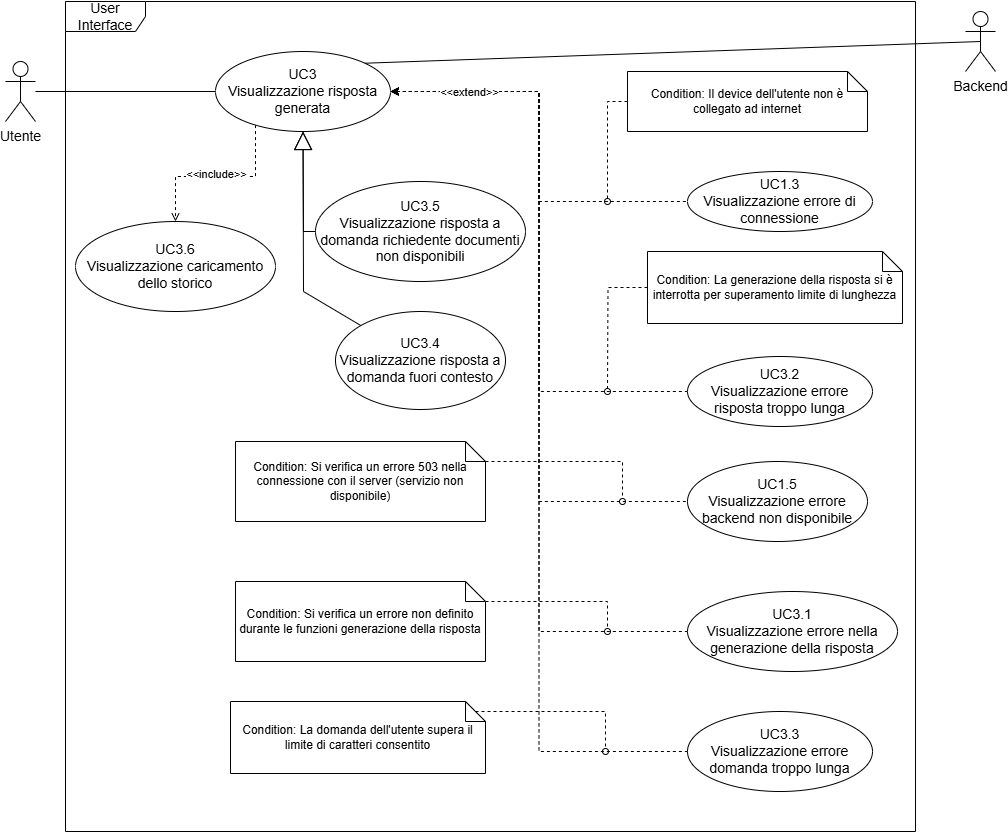
SweeTenTeam/Docs keeps this draw.io diagram as images/analisi-dei-requisiti/UC0_ask_User-UI.png. Above is the earlier version. Source tidied: cells renumbered, new cells last; positions are measured from the earlier drawing's top-left corner, leaving out a move shared by most shapes.
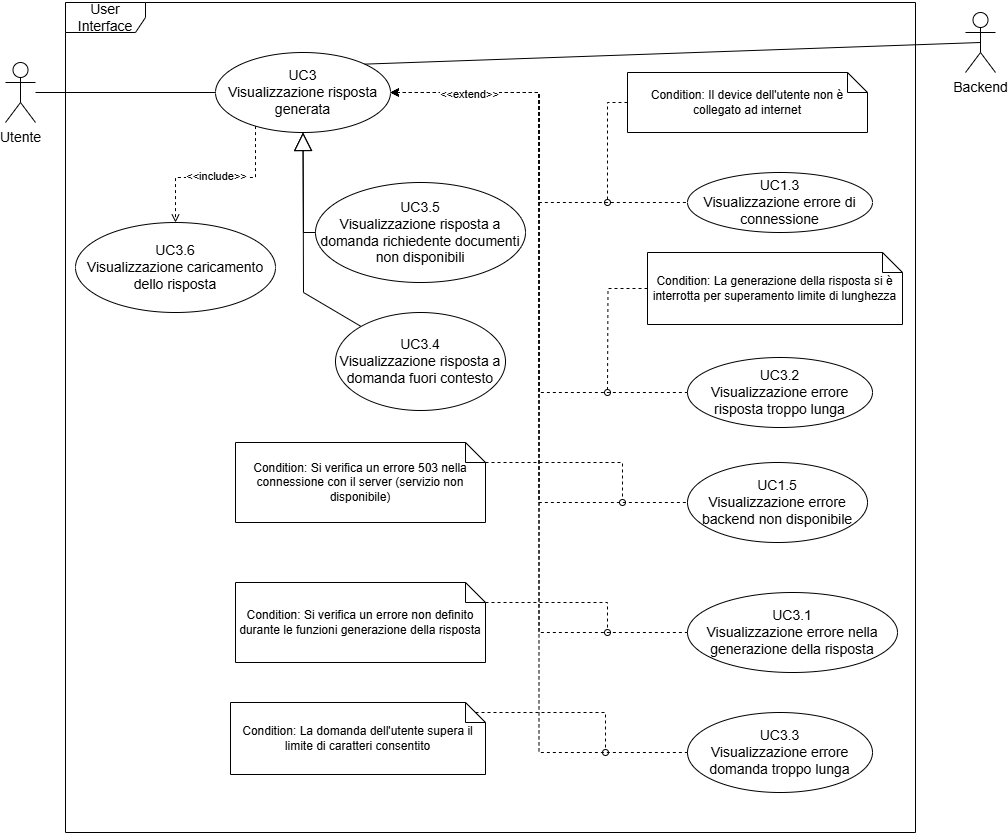
Later version of the same file.

Commit message:
modificata immagine, fix da PR

The edit, as a diff of the source:
```diff
@@ -133,7 +133,7 @@
         </Array>
       </mxGeometry>
     </mxCell>
-    <mxCell id="35" value="&lt;font style=&quot;font-size: 14px;&quot;&gt;UC3.6&lt;br&gt;Visualizzazione caricamento dello storico&lt;/font&gt;" style="ellipse;whiteSpace=wrap;html=1;" parent="1" vertex="1">
+    <mxCell id="35" value="&lt;font style=&quot;font-size: 14px;&quot;&gt;UC3.6&lt;br&gt;Visualizzazione caricamento dello risposta&lt;/font&gt;" style="ellipse;whiteSpace=wrap;html=1;" parent="1" vertex="1">
       <mxGeometry x="70" y="220" width="200" height="90" as="geometry" />
     </mxCell>
   </root>
```
